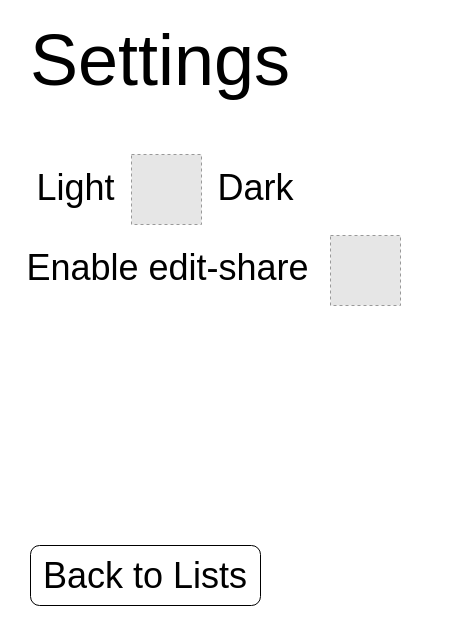
The draw.io diagram page "Settings" (6 of 7) of drawio files/front-end replan.drawio in AvivYunker/Listility, before the edit. Source tidied: cells renumbered, new cells numbered last; positions are measured from the earlier drawing's top-left corner, leaving out a move shared by most shapes. Both pictures are drawn from the tidied source at 100%, with x=0, y=0 at pixel (17, 45). Pictures stored in the file or linked from it are replaced by grey dashed boxes.
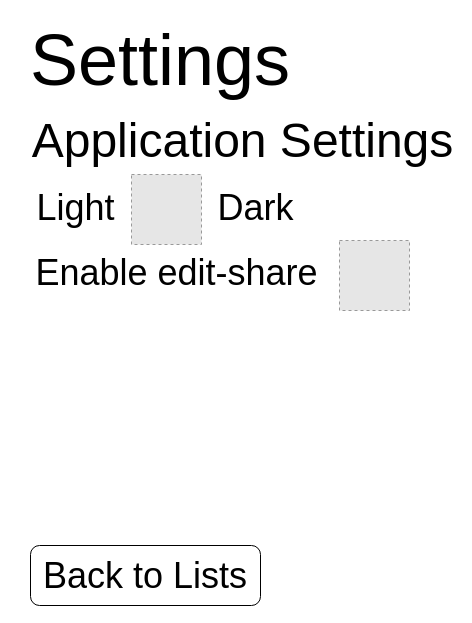
Above is the later version.

What changed in the source:
```diff
@@
 <mxGraphModel>
   <root>
     <mxCell id="0" />
     <mxCell id="1" parent="0" />
     <mxCell id="2" value="&lt;font style=&quot;font-size: 72px&quot;&gt;Settings&lt;/font&gt;" style="text;html=1;strokeColor=none;fillColor=none;align=center;verticalAlign=middle;whiteSpace=wrap;rounded=0;fontSize=36;" parent="1" vertex="1">
       <mxGeometry x="113" width="60" height="30" as="geometry" />
     </mxCell>
     <mxCell id="3" style="fillColor=#E6E6E6;strokeColor=#999999;dashed=1;verticalLabelPosition=bottom;labelBackgroundColor=default;verticalAlign=top;" parent="1" vertex="1">
-      <mxGeometry x="114" y="109" width="70" height="70" as="geometry" />
+      <mxGeometry x="114" y="129" width="70" height="70" as="geometry" />
     </mxCell>
     <mxCell id="4" value="&lt;font style=&quot;font-size: 36px&quot;&gt;Light&lt;/font&gt;" style="text;html=1;align=center;verticalAlign=middle;strokeColor=none;fillColor=none;fontSize=72;" parent="1" vertex="1">
-      <mxGeometry x="13" y="80" width="90" height="100" as="geometry" />
+      <mxGeometry x="13" y="100" width="90" height="100" as="geometry" />
     </mxCell>
     <mxCell id="5" value="&lt;font style=&quot;font-size: 36px&quot;&gt;Dark&lt;/font&gt;" style="text;html=1;align=center;verticalAlign=middle;strokeColor=none;fillColor=none;fontSize=72;" parent="1" vertex="1">
-      <mxGeometry x="193" y="80" width="90" height="100" as="geometry" />
+      <mxGeometry x="193" y="100" width="90" height="100" as="geometry" />
     </mxCell>
     <mxCell id="6" value="&lt;font style=&quot;font-size: 36px&quot;&gt;Enable edit-share&lt;/font&gt;" style="text;html=1;align=center;verticalAlign=middle;strokeColor=none;fillColor=none;fontSize=72;" parent="1" vertex="1">
-      <mxGeometry y="160" width="300" height="100" as="geometry" />
+      <mxGeometry x="9" y="165" width="300" height="100" as="geometry" />
     </mxCell>
     <mxCell id="7" style="fillColor=#E6E6E6;strokeColor=#999999;dashed=1;verticalLabelPosition=bottom;labelBackgroundColor=default;verticalAlign=top;" parent="1" vertex="1">
-      <mxGeometry x="313" y="190" width="70" height="70" as="geometry" />
+      <mxGeometry x="322" y="195" width="70" height="70" as="geometry" />
     </mxCell>
     <mxCell id="8" value="Back to Lists" style="rounded=1;whiteSpace=wrap;html=1;fontSize=36;" parent="1" vertex="1">
       <mxGeometry x="13" y="500" width="230" height="60" as="geometry" />
     </mxCell>
+    <mxCell id="9" value="Application Settings" style="text;html=1;strokeColor=none;fillColor=none;align=center;verticalAlign=middle;whiteSpace=wrap;rounded=0;fontSize=48;" parent="1" vertex="1">
+      <mxGeometry x="13" y="80" width="425" height="30" as="geometry" />
+    </mxCell>
   </root>
 </mxGraphModel>
```
